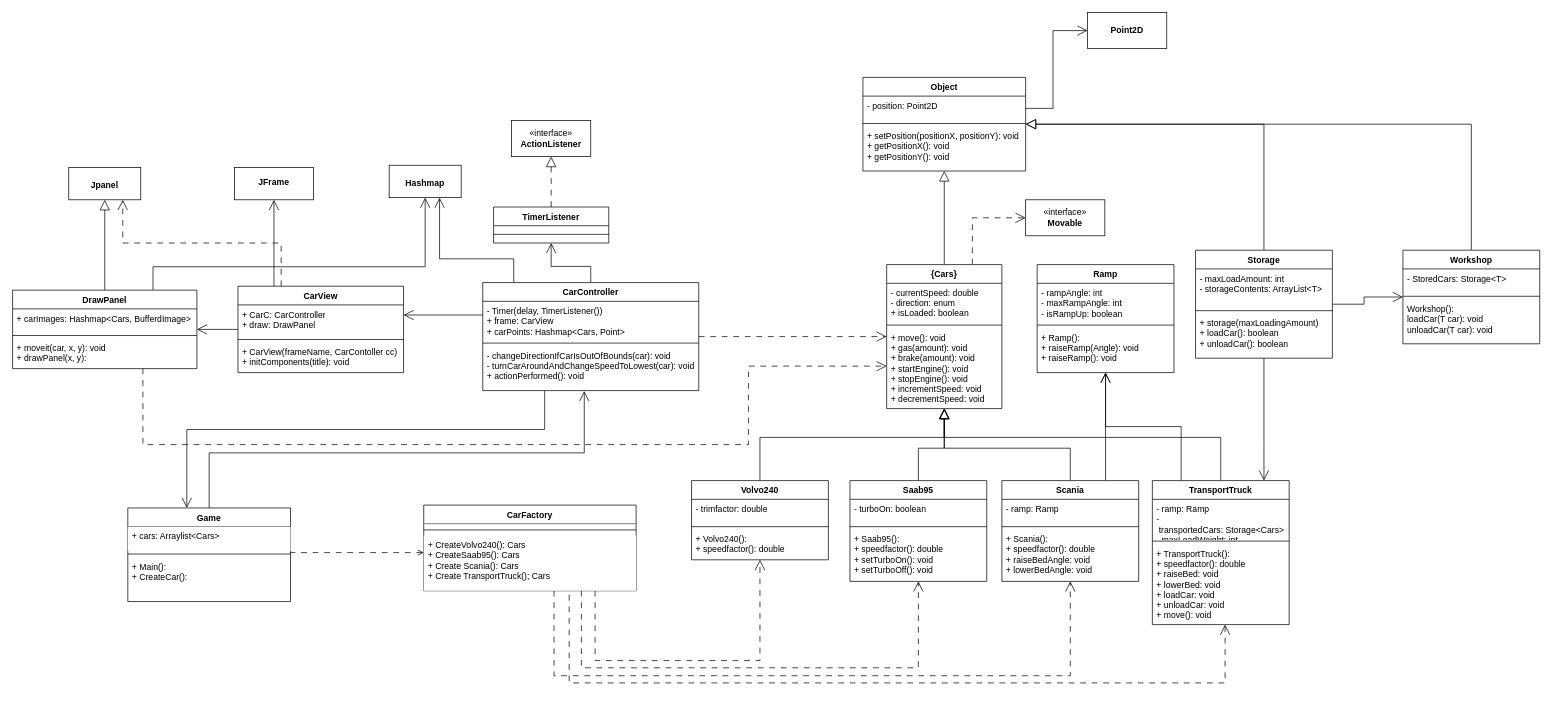
Above: UML-Diagram/MVC_Diagram.drawio in BaguetteConnoisseur/TDA553-lab (draw.io), before the change. Source tidied: cells renumbered, new cells numbered last; positions are measured from the earlier drawing's top-left corner, leaving out a move shared by most shapes. Both pictures are drawn from the tidied source at 72%, with x=0, y=0 at pixel (12, 12).
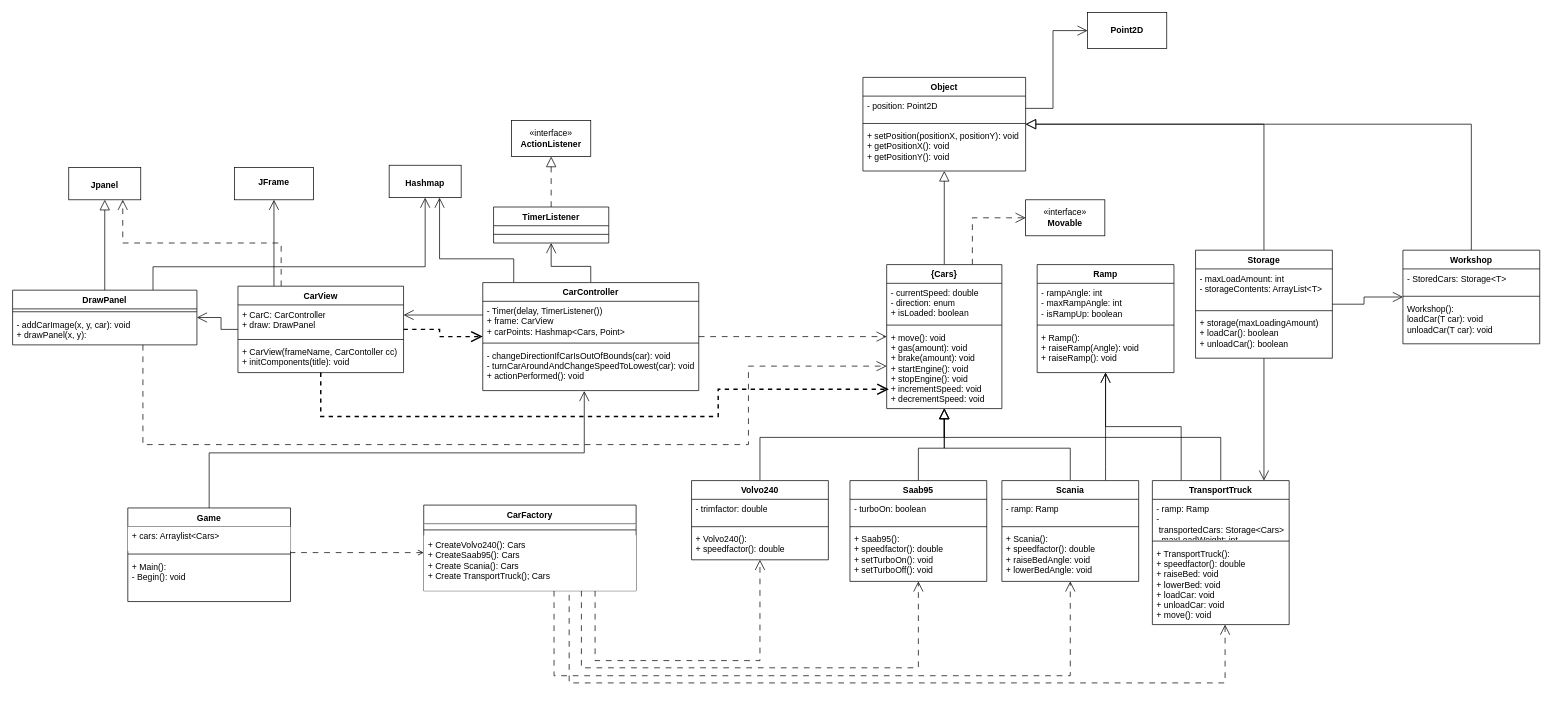
The same diagram, later.

Commit message:
New MVC diagram

The change refers to these unchanged cells:
```xml
<mxCell id="21" value="+ move(): void&#10;+ gas(amount): void&#10;+ brake(amount): void&#10;+ startEngine(): void&#10;+ stopEngine(): void&#10;+ incrementSpeed: void&#10;+ decrementSpeed: void" style="text;align=left;verticalAlign=top;spacingLeft=4;spacingRight=4;overflow=hidden;points=[[0,0.5],[1,0.5]];portConstraint=eastwest;labelBackgroundColor=none;spacing=2;fontSize=12;whiteSpace=wrap;" parent="18" vertex="1">
  <mxGeometry y="88" width="160" height="112" as="geometry" />
</mxCell>
<mxCell id="69" value="CarController" style="swimlane;fontStyle=1;align=center;verticalAlign=top;horizontal=1;startSize=26;whiteSpace=wrap;html=1;labelBackgroundColor=none;" parent="1" vertex="1">
  <mxGeometry x="653" y="375" width="300" height="150" as="geometry" />
</mxCell>
<mxCell id="77" value="CarView" style="swimlane;fontStyle=1;align=center;verticalAlign=top;horizontal=1;startSize=26;whiteSpace=wrap;html=1;labelBackgroundColor=none;" parent="1" vertex="1">
  <mxGeometry x="313" y="380" width="230" height="120" as="geometry" />
</mxCell>
<mxCell id="84" value="Game" style="swimlane;fontStyle=1;align=center;verticalAlign=top;horizontal=1;startSize=26;whiteSpace=wrap;html=1;labelBackgroundColor=none;" parent="1" vertex="1">
  <mxGeometry x="160" y="688" width="226" height="130" as="geometry" />
</mxCell>
```

The edit, as a diff of the source:
```diff
@@
-    <mxCell id="68" style="edgeStyle=orthogonalEdgeStyle;rounded=0;jettySize=auto;html=1;endArrow=open;endFill=0;endSize=12;" parent="1" edge="1" source="69" target="84">
-      <mxGeometry relative="1" as="geometry">
-        <Array as="points">
-          <mxPoint x="739" y="579" />
-          <mxPoint x="242" y="579" />
-        </Array>
-      </mxGeometry>
-    </mxCell>
@@
+    <mxCell id="98" style="edgeStyle=orthogonalEdgeStyle;rounded=0;jettySize=auto;html=1;endArrow=open;endFill=0;endSize=12;entryX=0.019;entryY=0.76;entryDx=0;entryDy=0;entryPerimeter=0;dashed=1;sourcePerimeterSpacing=0;strokeColor=default;jumpStyle=none;strokeWidth=2;" parent="1" edge="1" source="77" target="21">
+      <mxGeometry relative="1" as="geometry">
+        <Array as="points">
+          <mxPoint x="428" y="561" />
+          <mxPoint x="980" y="561" />
+          <mxPoint x="980" y="523" />
+        </Array>
+      </mxGeometry>
+    </mxCell>
+    <mxCell id="99" style="edgeStyle=orthogonalEdgeStyle;rounded=0;jumpStyle=none;jettySize=auto;html=1;dashed=1;strokeColor=default;strokeWidth=2;endArrow=open;endFill=0;endSize=12;sourcePerimeterSpacing=0;" parent="1" edge="1" source="77" target="69">
+      <mxGeometry relative="1" as="geometry" />
+    </mxCell>
@@
-    <mxCell id="87" value="+ Main():&lt;br&gt;+ CreateCar():" style="text;align=left;verticalAlign=top;spacingLeft=4;spacingRight=4;overflow=hidden;whiteSpace=wrap;html=1;labelBackgroundColor=none;fillColor=none;strokeColor=none;" parent="84" vertex="1">
+    <mxCell id="87" value="+ Main():&lt;br&gt;- Begin(): void" style="text;align=left;verticalAlign=top;spacingLeft=4;spacingRight=4;overflow=hidden;whiteSpace=wrap;html=1;labelBackgroundColor=none;fillColor=none;strokeColor=none;" parent="84" vertex="1">
       <mxGeometry y="68" width="226" height="62" as="geometry" />
     </mxCell>
@@
     <mxCell id="94" value="DrawPanel" style="swimlane;fontStyle=1;align=center;verticalAlign=top;horizontal=1;startSize=26;whiteSpace=wrap;html=1;labelBackgroundColor=none;" parent="1" vertex="1">
-      <mxGeometry y="385.5" width="256" height="109" as="geometry" />
+      <mxGeometry y="385.5" width="256" height="76" as="geometry" />
     </mxCell>
-    <mxCell id="95" value="+ carImages: Hashmap&amp;lt;Cars, BufferdImage&amp;gt;" style="text;align=left;verticalAlign=top;spacingLeft=4;spacingRight=4;overflow=hidden;whiteSpace=wrap;html=1;labelBackgroundColor=none;" parent="94" vertex="1">
-      <mxGeometry y="26" width="256" height="33" as="geometry" />
-    </mxCell>
     <mxCell id="96" style="line;strokeWidth=1;align=left;verticalAlign=middle;spacingTop=-1;spacingLeft=3;spacingRight=3;labelPosition=right;labelBackgroundColor=none;" parent="94" vertex="1">
-      <mxGeometry y="59" width="256" height="8" as="geometry" />
+      <mxGeometry y="26" width="256" height="8" as="geometry" />
     </mxCell>
-    <mxCell id="97" value="+ moveit(car, x, y): void&lt;br style=&quot;border-color: var(--border-color);&quot;&gt;+ drawPanel(x, y):&amp;nbsp;" style="text;align=left;verticalAlign=top;spacingLeft=4;spacingRight=4;overflow=hidden;whiteSpace=wrap;html=1;labelBackgroundColor=none;" parent="94" vertex="1">
-      <mxGeometry y="67" width="256" height="42" as="geometry" />
+    <mxCell id="97" value="- addCarImage(x, y, car)&lt;span style=&quot;background-color: initial;&quot;&gt;: void&lt;/span&gt;&lt;br&gt;+ drawPanel(x, y):&amp;nbsp;" style="text;align=left;verticalAlign=top;spacingLeft=4;spacingRight=4;overflow=hidden;whiteSpace=wrap;html=1;labelBackgroundColor=none;" parent="94" vertex="1">
+      <mxGeometry y="34" width="256" height="42" as="geometry" />
     </mxCell>
```
